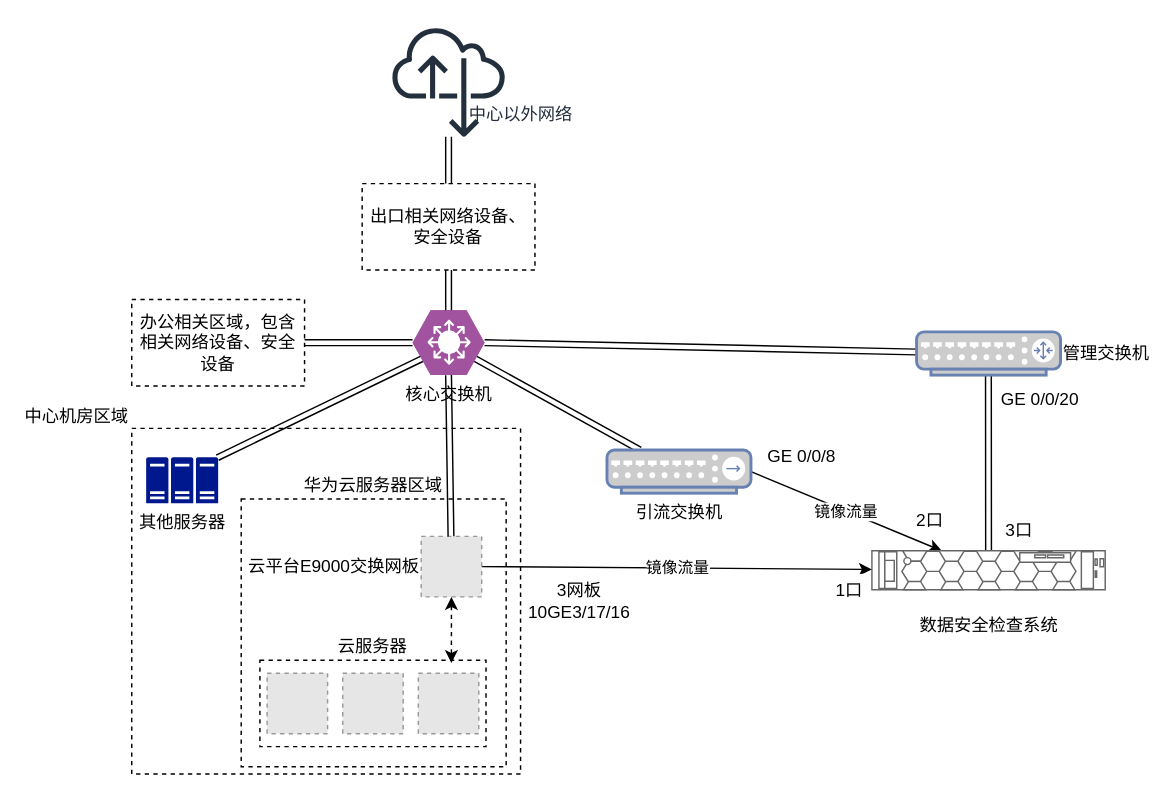
Before: 未命名绘图.drawio in xyer-yu/test, a draw.io diagram. Source tidied: cells renumbered, new cells numbered last; positions are measured from the earlier drawing's top-left corner, leaving out a move shared by most shapes. Both pictures are drawn from the tidied source at 144%, with x=0, y=0 at pixel (131, 24). Pictures stored in the file or linked from it are replaced by grey dashed boxes.
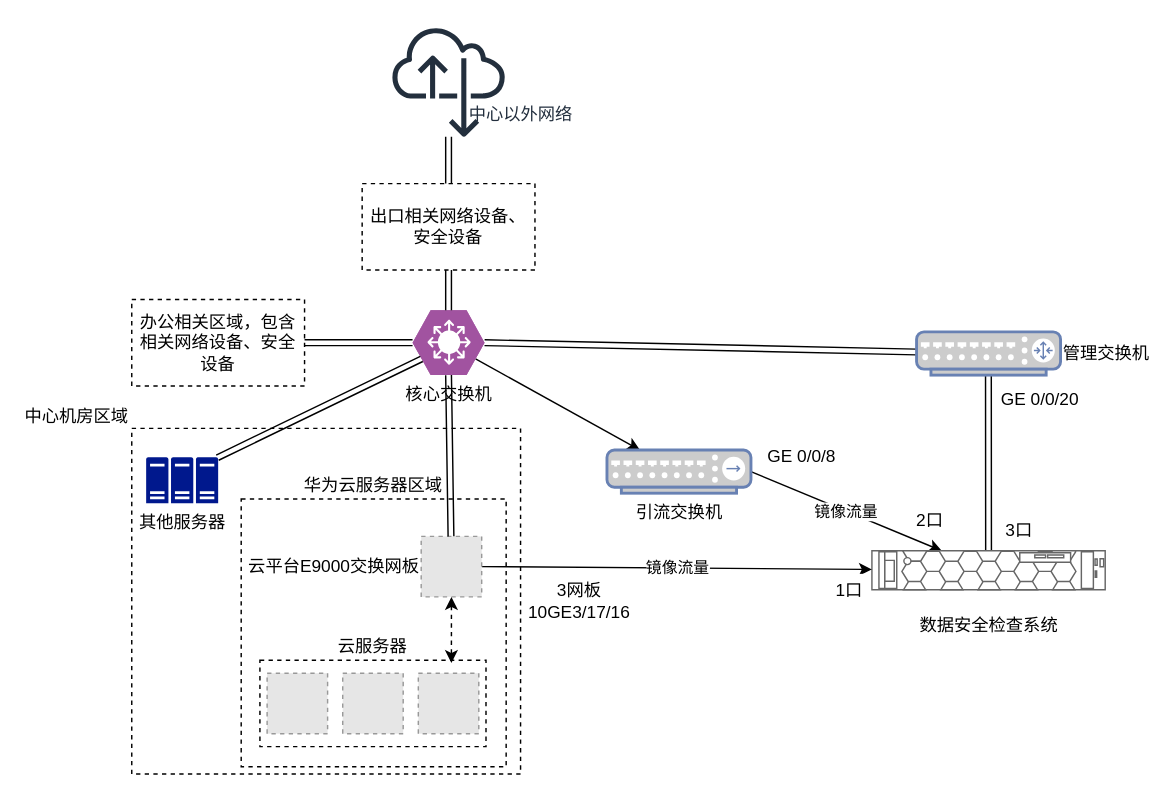
Above is the later version.

Unchanged cells that the change refers to:
```xml
<mxCell id="6" value="核心交换机" style="verticalLabelPosition=bottom;sketch=0;html=1;fillColor=#A153A0;strokeColor=#ffffff;verticalAlign=top;align=center;points=[[0,0.5,0],[0.125,0.25,0],[0.25,0,0],[0.5,0,0],[0.75,0,0],[0.875,0.25,0],[1,0.5,0],[0.875,0.75,0],[0.75,1,0],[0.5,1,0],[0.125,0.75,0]];shape=mxgraph.cisco_safe.compositeIcon;bgIcon=mxgraph.cisco_safe.design.blank_device;resIcon=mxgraph.cisco_safe.design.l3_switch;" parent="1" vertex="1">
  <mxGeometry x="195" y="198" width="50" height="45" as="geometry" />
</mxCell>
<mxCell id="11" value="&lt;font color=&quot;#000000&quot;&gt;引流交换机&lt;/font&gt;" style="fontColor=#0066CC;verticalAlign=top;verticalLabelPosition=bottom;labelPosition=center;align=center;html=1;outlineConnect=0;fillColor=#CCCCCC;strokeColor=#6881B3;gradientColor=none;gradientDirection=north;strokeWidth=2;shape=mxgraph.networks.hub;" parent="1" vertex="1">
  <mxGeometry x="330" y="295" width="100" height="30" as="geometry" />
</mxCell>
```

Diff of the diagram source:
```diff
@@
-    <mxCell id="5" style="edgeStyle=none;rounded=0;jettySize=auto;html=1;exitX=0.875;exitY=0.75;exitDx=0;exitDy=0;exitPerimeter=0;shape=link;" parent="1" edge="1" source="6" target="11">
+    <mxCell id="5" style="edgeStyle=none;rounded=0;jettySize=auto;html=1;exitX=0.875;exitY=0.75;exitDx=0;exitDy=0;exitPerimeter=0;" parent="1" edge="1" source="6" target="11">
       <mxGeometry relative="1" as="geometry" />
     </mxCell>
```
